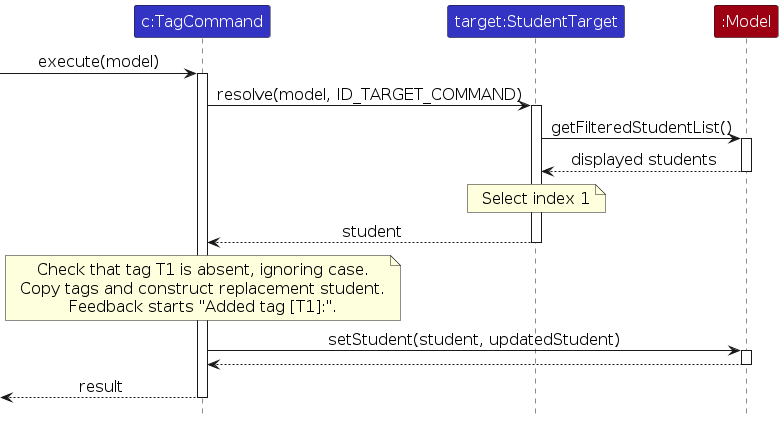
Earlier version of the PlantUML export diagrams/TagCommandSequence.png (AY2627S1-CS2103T-T16-1/tp). Its source is kept beside it as diagrams/TagCommandSequence.puml.
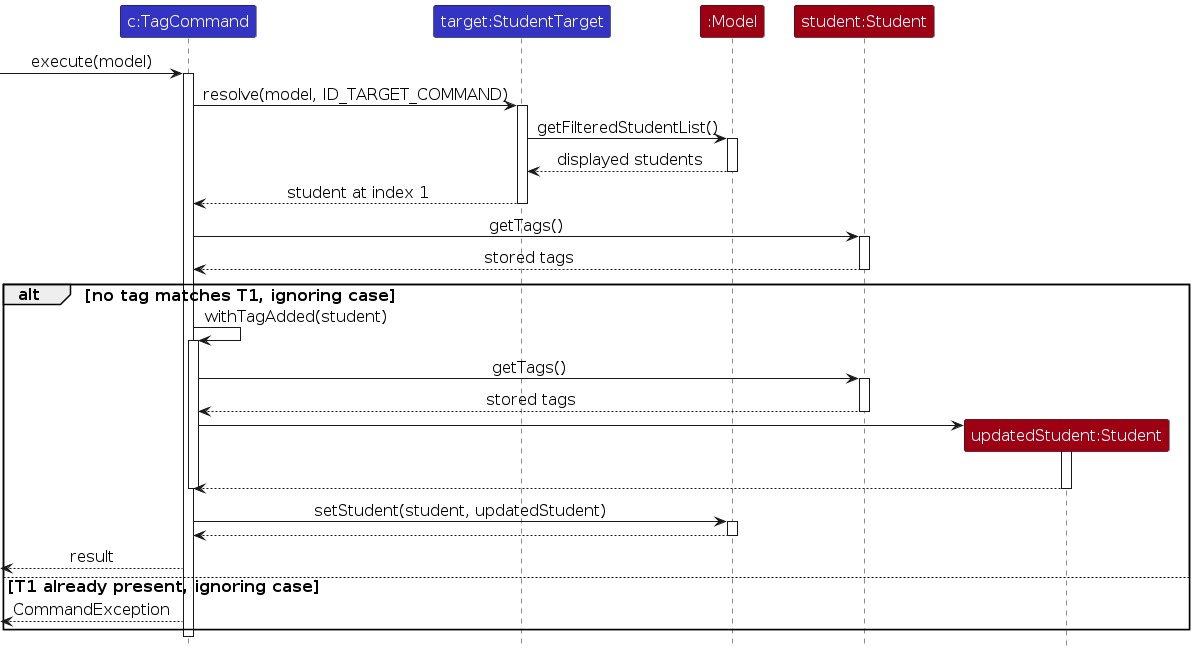
The same diagram one commit later.

Change to the diagram source:
```diff
@@ -6,6 +6,8 @@
 participant "c:TagCommand" as command LOGIC_COLOR
 participant "target:StudentTarget" as target LOGIC_COLOR
 participant ":Model" as model MODEL_COLOR
+participant "student:Student" as student MODEL_COLOR
+participant "updatedStudent:Student" as updated MODEL_COLOR
 
 [-> command : execute(model)
 activate command
@@ -15,18 +17,33 @@
 activate model
 model --> target : displayed students
 deactivate model
-note over target : Select index 1
-target --> command : student
+target --> command : student at index 1
 deactivate target
-note over command
-  Check that tag T1 is absent, ignoring case.
-  Copy tags and construct replacement student.
-  Feedback starts "Added tag [T1]:".
-end note
+command -> student : getTags()
+activate student
+student --> command : stored tags
+deactivate student
+alt no tag matches T1, ignoring case
+command -> command : withTagAdded(student)
+activate command
+command -> student : getTags()
+activate student
+student --> command : stored tags
+deactivate student
+create updated
+command -> updated
+activate updated
+||20||
+updated --> command
+deactivate updated
+deactivate command
 command -> model : setStudent(student, updatedStudent)
 activate model
 model --> command
 deactivate model
 [<-- command : result
+else T1 already present, ignoring case
+[<-- command : CommandException
+end
 deactivate command
 @enduml
```
